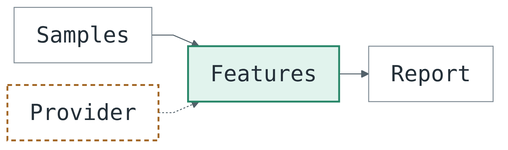
The Mermaid diagram docs/assets/data-flow.png in dyuu7/dataioc, before a commit. Its source is kept beside it as docs/assets/data-flow.mmd. Its diagram source:
```mermaid
---
config:
  theme: base
  themeVariables:
    fontFamily: monospace
    fontSize: 24px
    primaryColor: '#ffffff'
    primaryTextColor: '#253039'
    primaryBorderColor: '#7d8992'
    lineColor: '#53616a'
  flowchart:
    htmlLabels: false
    curve: linear
    nodeSpacing: 24
    rankSpacing: 32
    padding: 12
---
flowchart LR
    Samples --> Features --> Report
    Provider -.-> Features
    classDef derived fill:#e1f3ed,stroke:#278668,stroke-width:2px
    classDef provider fill:#ffffff,stroke:#a26624,stroke-width:2px,stroke-dasharray:5 4
    class Features derived
    class Provider provider
```
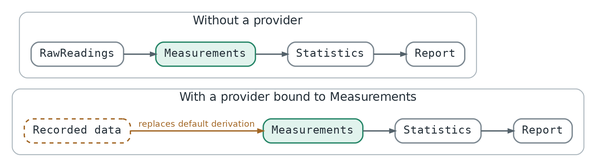
After the commit.

The edit, as a diff of the source:
```diff
@@ -8,6 +8,9 @@
     primaryTextColor: '#253039'
     primaryBorderColor: '#7d8992'
     lineColor: '#53616a'
+    background: '#ffffff'
+    clusterBkg: '#ffffff'
+    clusterBorder: '#aeb8bf'
   flowchart:
     htmlLabels: false
     curve: linear
@@ -15,10 +18,17 @@
     rankSpacing: 32
     padding: 12
 ---
-flowchart LR
-    Samples --> Features --> Report
-    Provider -.-> Features
+flowchart TB
+    subgraph Default["Without a provider"]
+        direction LR
+        RawReadingsA[RawReadings] --> MeasurementsA[Measurements] --> StatisticsA[Statistics] --> ReportA[Report]
+    end
+    subgraph Replaced["With a provider bound to Measurements"]
+        direction LR
+        RecordedData[Recorded data] -->|"replaces default derivation"| MeasurementsB[Measurements] --> StatisticsB[Statistics] --> ReportB[Report]
+    end
     classDef derived fill:#e1f3ed,stroke:#278668,stroke-width:2px
-    classDef provider fill:#ffffff,stroke:#a26624,stroke-width:2px,stroke-dasharray:5 4
-    class Features derived
-    class Provider provider
+    classDef source fill:#ffffff,stroke:#a26624,stroke-width:2px,stroke-dasharray:5 4
+    class MeasurementsA,MeasurementsB derived
+    class RecordedData source
+    linkStyle 3 stroke:#a26624,stroke-width:2px,color:#a26624
```
